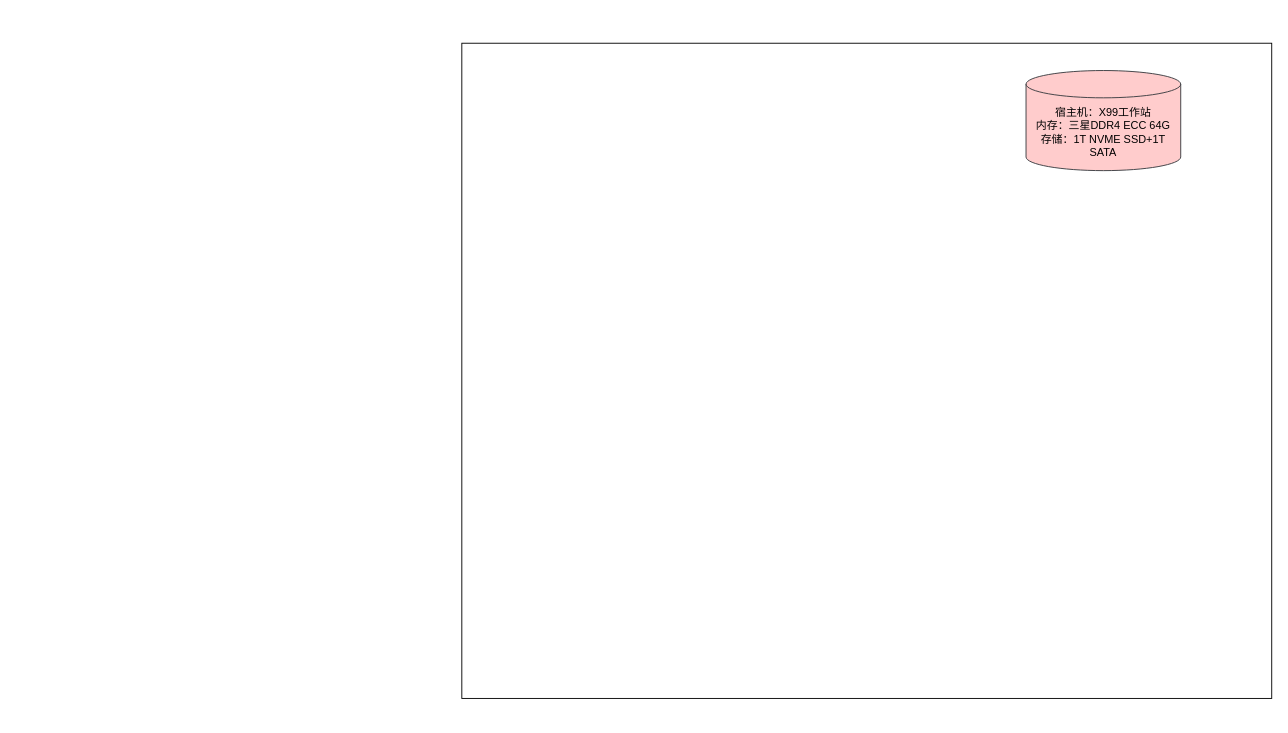
Above: 测试环境部署模型.drawio in lrAltas/DrwaIO (draw.io), before the change. Source tidied: cells renumbered, new cells numbered last; positions are measured from the earlier drawing's top-left corner, leaving out a move shared by most shapes. Both pictures are drawn from the tidied source at 91%, with x=0, y=0 at pixel (461, 43).
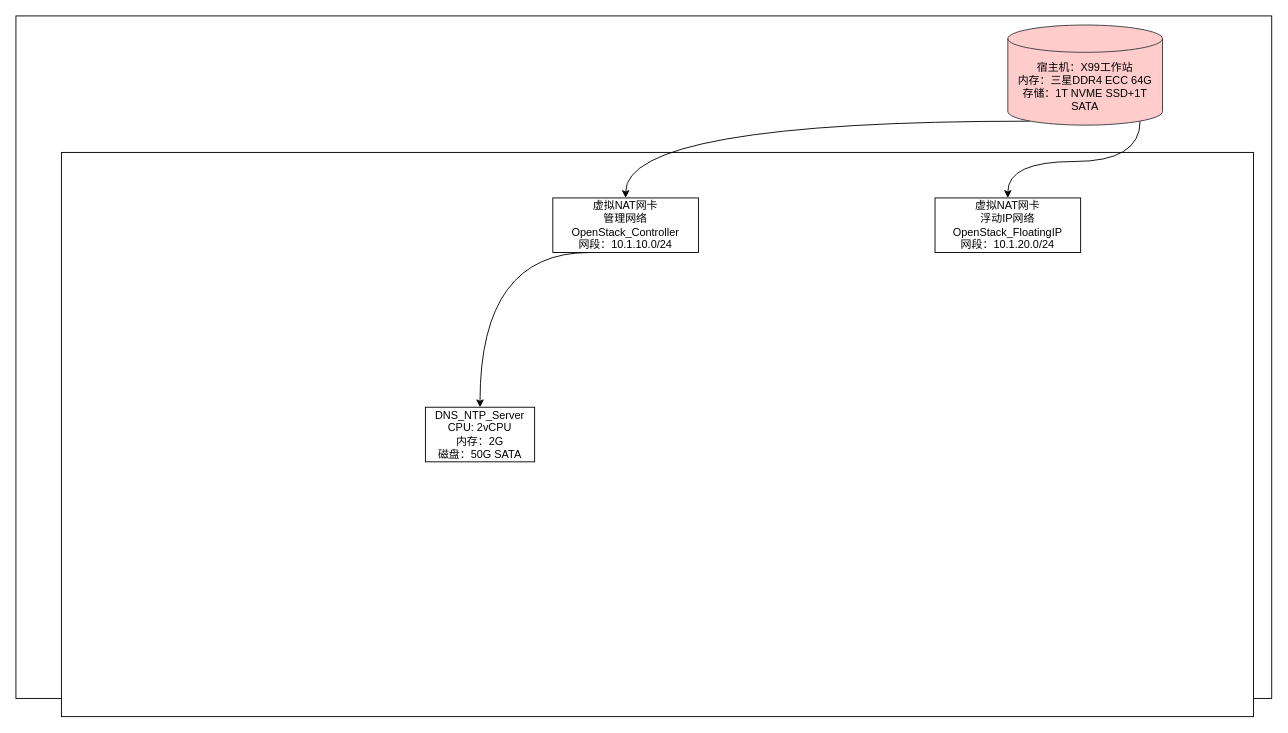
Above is the later version.

Commit message (it also covers changes not shown here):
更新测试环境部署模型.drawio

What changed in the source:
```diff
@@
 <mxGraphModel>
   <root>
     <mxCell id="0" />
     <mxCell id="1" parent="0" />
     <mxCell id="2" style="rounded=0;whiteSpace=wrap;html=1;" parent="1" vertex="1">
-      <mxGeometry width="890" height="720" as="geometry" />
+      <mxGeometry x="-490" y="-30" width="1380" height="750" as="geometry" />
     </mxCell>
+    <mxCell id="4" style="rounded=0;whiteSpace=wrap;html=1;" parent="1" vertex="1">
+      <mxGeometry x="-440" y="120" width="1310" height="620" as="geometry" />
+    </mxCell>
+    <mxCell id="5" style="edgeStyle=orthogonalEdgeStyle;rounded=0;jettySize=auto;html=1;exitX=0.145;exitY=1;exitDx=0;exitDy=-4.35;exitPerimeter=0;curved=1;" parent="1" edge="1" source="3" target="8">
+      <mxGeometry relative="1" as="geometry" />
+    </mxCell>
+    <mxCell id="6" style="edgeStyle=orthogonalEdgeStyle;rounded=0;jettySize=auto;html=1;exitX=0.855;exitY=1;exitDx=0;exitDy=-4.35;exitPerimeter=0;entryX=0.5;entryY=0;entryDx=0;entryDy=0;curved=1;" parent="1" edge="1" source="3" target="9">
+      <mxGeometry relative="1" as="geometry" />
+    </mxCell>
     <mxCell id="3" value="&lt;div&gt;宿主机：X99工作站&lt;/div&gt;&lt;div&gt;内存：三星DDR4 ECC 64G&lt;/div&gt;&lt;div&gt;存储：1T NVME SSD+1T SATA&lt;/div&gt;" style="shape=cylinder3;whiteSpace=wrap;html=1;boundedLbl=1;backgroundOutline=1;size=15;fillColor=#ffcccc;strokeColor=#36393d;" parent="1" vertex="1">
-      <mxGeometry x="620" y="30" width="170" height="110" as="geometry" />
+      <mxGeometry x="600" y="-20" width="170" height="110" as="geometry" />
     </mxCell>
+    <mxCell id="7" style="edgeStyle=orthogonalEdgeStyle;rounded=0;jettySize=auto;html=1;curved=1;exitX=0.25;exitY=1;exitDx=0;exitDy=0;" parent="1" edge="1" source="8" target="10">
+      <mxGeometry relative="1" as="geometry">
+        <Array as="points">
+          <mxPoint x="20" y="230" />
+        </Array>
+      </mxGeometry>
+    </mxCell>
+    <mxCell id="8" value="&lt;div&gt;虚拟NAT网卡&lt;/div&gt;&lt;div&gt;管理网络OpenStack_Controller&lt;/div&gt;&lt;div&gt;网段：10.1.10.0/24&lt;/div&gt;" style="rounded=0;whiteSpace=wrap;html=1;" parent="1" vertex="1">
+      <mxGeometry x="100" y="170" width="160" height="60" as="geometry" />
+    </mxCell>
+    <mxCell id="9" value="&lt;div&gt;虚拟NAT网卡&lt;/div&gt;&lt;div&gt;浮动IP网络&lt;/div&gt;&lt;div&gt;OpenStack_FloatingIP&lt;/div&gt;&lt;div&gt;网段：10.1.20.0/24&lt;/div&gt;" style="rounded=0;whiteSpace=wrap;html=1;" parent="1" vertex="1">
+      <mxGeometry x="520" y="170" width="160" height="60" as="geometry" />
+    </mxCell>
+    <mxCell id="10" value="&lt;div&gt;DNS_NTP_Server&lt;/div&gt;&lt;div&gt;CPU: 2vCPU&lt;/div&gt;&lt;div&gt;内存：2G&lt;/div&gt;&lt;div&gt;磁盘：50G SATA&lt;/div&gt;" style="whiteSpace=wrap;html=1;rounded=0;" parent="1" vertex="1">
+      <mxGeometry x="-40" y="400" width="120" height="60" as="geometry" />
+    </mxCell>
   </root>
 </mxGraphModel>
```
